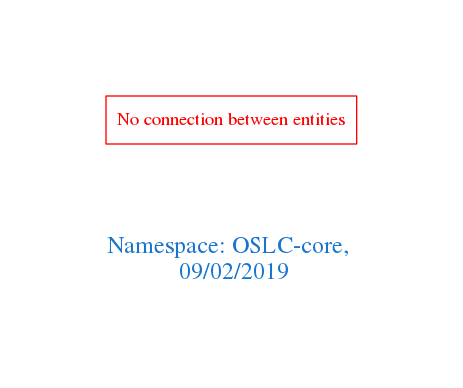
arago/OGIT keeps this Graphviz diagram as downloads/OSLC-core.png. Above is the earlier version. Its source is kept beside it as downloads/OSLC-core.dot.
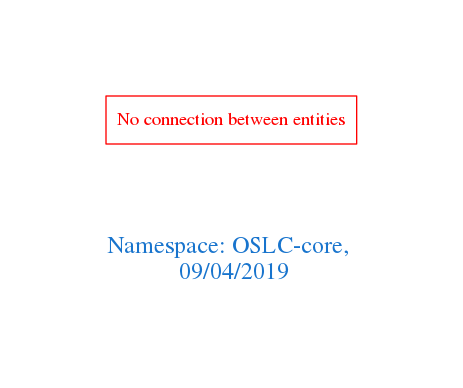
The same file after the commit.

Change to the diagram source:
```diff
@@ -1,7 +1,7 @@
 digraph OGIT_ontology {
  graph [ rankdir= LR,pad=1
 fontsize = 18,
-fontcolor= dodgerblue3,label = "\n\n\nNamespace: OSLC-core, \n 09/02/2019"];
+fontcolor= dodgerblue3,label = "\n\n\nNamespace: OSLC-core, \n 09/04/2019"];
 node[shape=polygon];
 edge [  color="gray81"];
 
```
